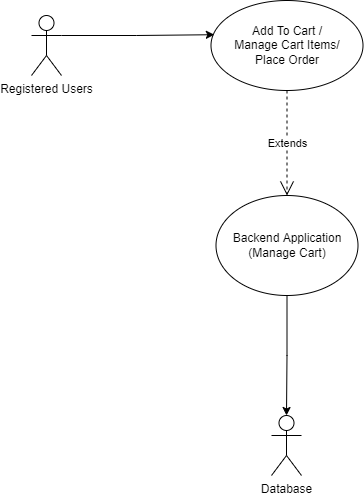
mohitleo03/Software-Engineering-Project-Management keeps this draw.io diagram as Use case diagram/cart.png. Above is the earlier version. Source tidied: cells renumbered, new cells last; positions are measured from the earlier drawing's top-left corner, leaving out a move shared by most shapes.
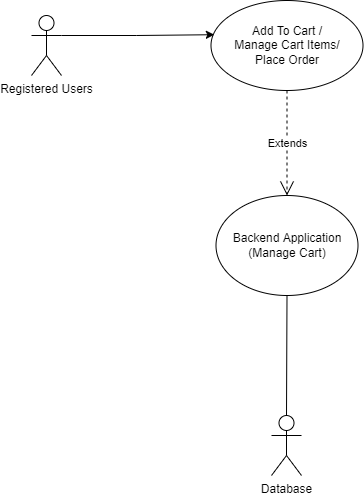
After the commit.

Change to the diagram source:
```diff
@@ -5,9 +5,6 @@
     <mxCell id="2" value="Add To Cart /&lt;br&gt;Manage Cart Items/&lt;br&gt;Place Order" style="ellipse;whiteSpace=wrap;html=1;" parent="1" vertex="1">
       <mxGeometry x="179.5" width="152" height="90" as="geometry" />
     </mxCell>
-    <mxCell id="3" style="edgeStyle=orthogonalEdgeStyle;rounded=0;jettySize=auto;html=1;exitX=0.5;exitY=1;exitDx=0;exitDy=0;entryX=0.5;entryY=0;entryDx=0;entryDy=0;entryPerimeter=0;" parent="1" edge="1" source="4" target="7">
-      <mxGeometry relative="1" as="geometry" />
-    </mxCell>
     <mxCell id="4" value="Backend Application&lt;br&gt;(Manage Cart)" style="ellipse;whiteSpace=wrap;html=1;" parent="1" vertex="1">
       <mxGeometry x="184.5" y="195" width="142" height="100" as="geometry" />
     </mxCell>
@@ -23,5 +20,8 @@
     <mxCell id="8" value="Extends" style="endArrow=open;endSize=12;dashed=1;html=1;rounded=0;exitX=0.5;exitY=1;exitDx=0;exitDy=0;entryX=0.5;entryY=0;entryDx=0;entryDy=0;" parent="1" edge="1" source="2" target="4">
       <mxGeometry relative="1" as="geometry" />
     </mxCell>
+    <mxCell id="9" style="endArrow=none;html=1;rounded=0;exitX=0.5;exitY=0;exitDx=0;exitDy=0;exitPerimeter=0;entryX=0.5;entryY=1;entryDx=0;entryDy=0;" parent="1" edge="1" source="7" target="4">
+      <mxGeometry relative="1" as="geometry" />
+    </mxCell>
   </root>
 </mxGraphModel>
```
